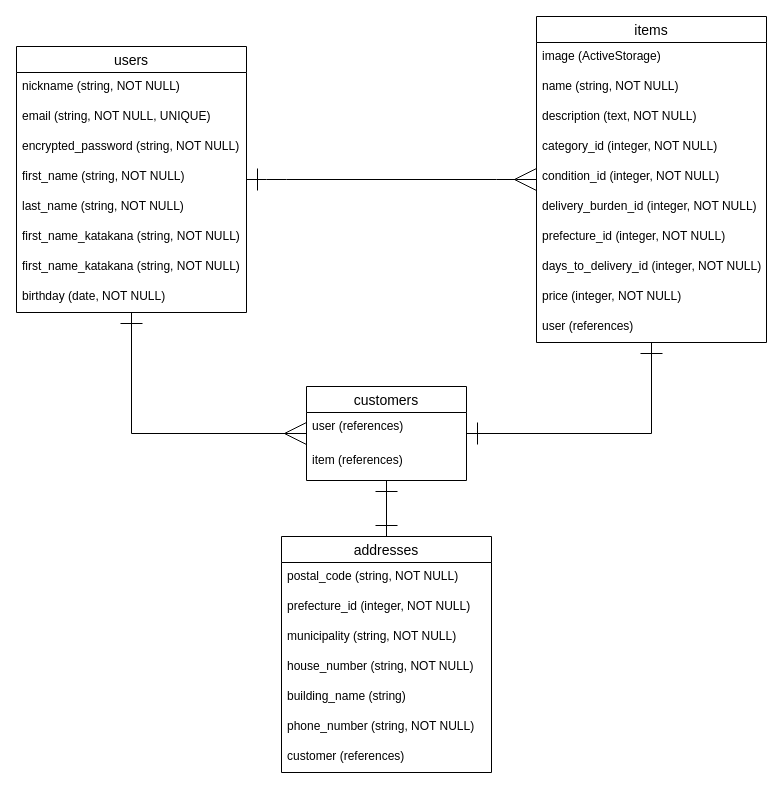
Above: ER.dio in programen-gh/furima-33071 (draw.io), before the change. Source tidied: cells renumbered, new cells numbered last; positions are measured from the earlier drawing's top-left corner, leaving out a move shared by most shapes. Both pictures are drawn from the tidied source at 100%, with x=0, y=0 at pixel (16, 16).
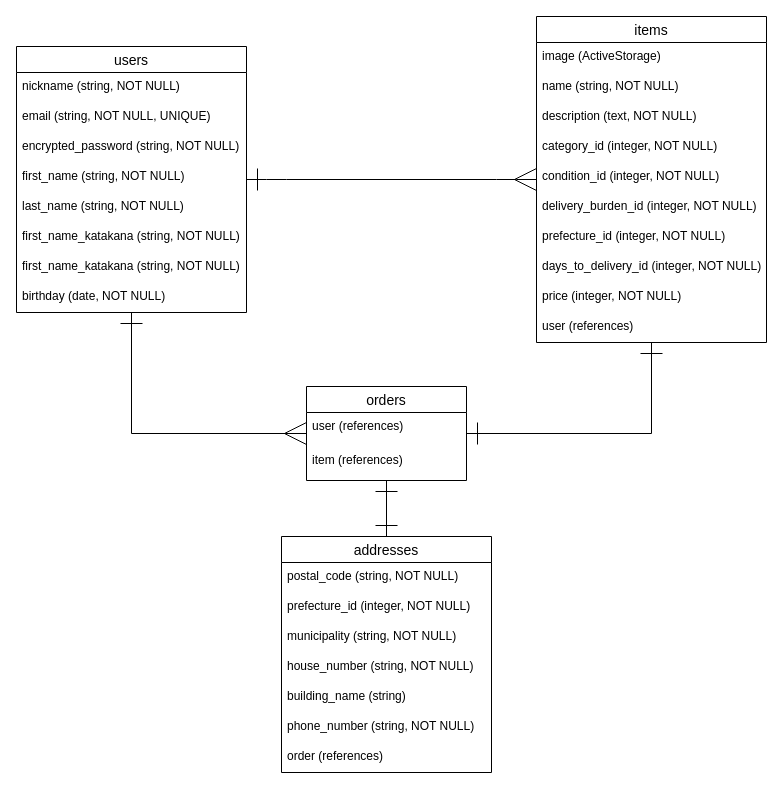
The same diagram, later.

The change refers to these unchanged cells:
```xml
<mxCell id="28" value="addresses" style="swimlane;fontStyle=0;horizontal=1;startSize=26;align=center;fontSize=14;" parent="1" vertex="1">
  <mxGeometry x="265" y="520" width="210" height="236" as="geometry" />
</mxCell>
```

What changed in the source:
```diff
@@
-    <mxCell id="5" value="customers" style="swimlane;fontStyle=0;horizontal=1;startSize=26;align=center;fontSize=14;" parent="1" vertex="1">
+    <mxCell id="5" value="orders" style="swimlane;fontStyle=0;horizontal=1;startSize=26;align=center;fontSize=14;" parent="1" vertex="1">
       <mxGeometry x="290" y="370" width="160" height="94" as="geometry" />
     </mxCell>
@@
-    <mxCell id="35" value="customer (references)" style="text;strokeColor=none;fillColor=none;spacingLeft=4;spacingRight=4;overflow=hidden;fontSize=12;" parent="28" vertex="1">
+    <mxCell id="35" value="order (references)" style="text;strokeColor=none;fillColor=none;spacingLeft=4;spacingRight=4;overflow=hidden;fontSize=12;" parent="28" vertex="1">
       <mxGeometry y="206" width="210" height="30" as="geometry" />
     </mxCell>
```
